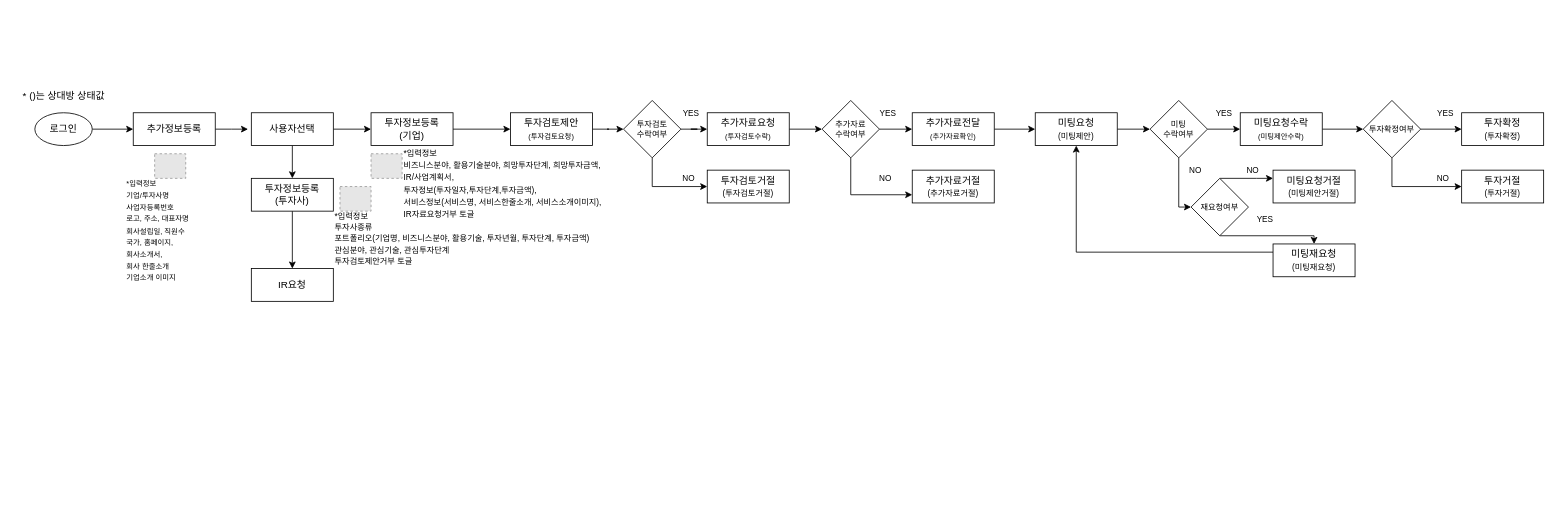
Above: 비즈니스나우(투자)_RESET 2차.drawio in Lucidhomme/TIL (draw.io), before the change. Source tidied: cells renumbered, new cells numbered last; positions are measured from the earlier drawing's top-left corner, leaving out a move shared by most shapes. Both pictures are drawn from the tidied source at 82%, with x=0, y=0 at pixel (14, 88). Pictures stored in the file or linked from it are replaced by grey dashed boxes.
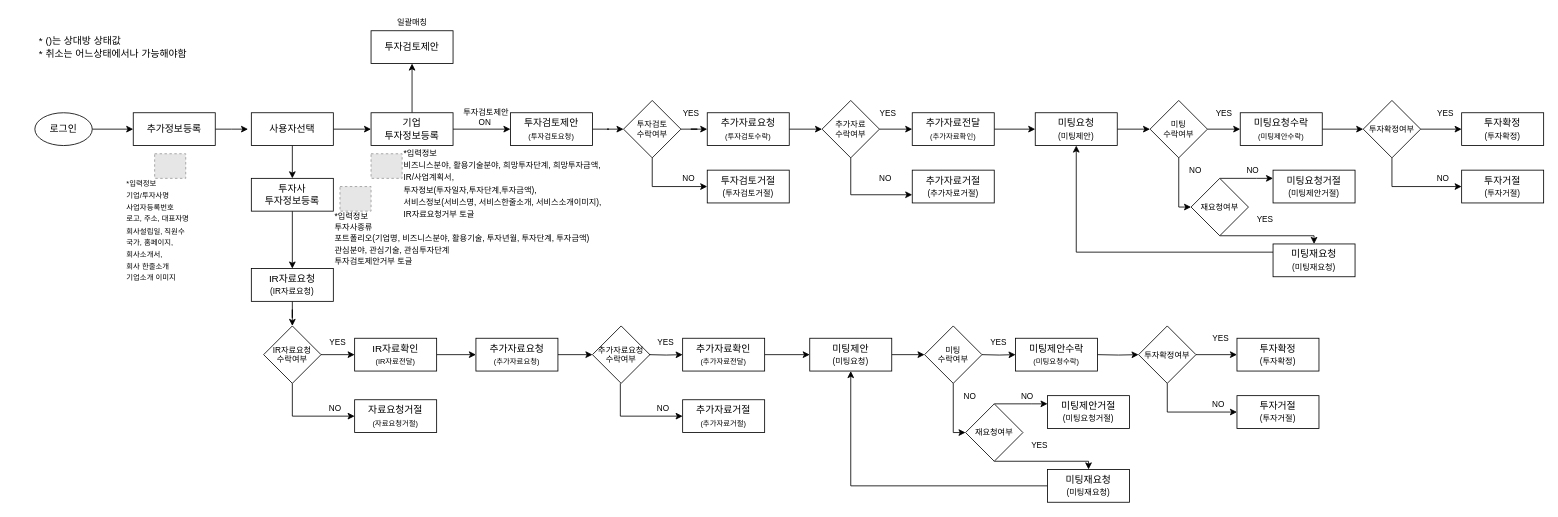
The same page after the edit.

Commit message (it also covers changes not shown here):
Update 비즈니스나우(투자)_RESET 2차.drawio

The edit, as a diff of the source:
```diff
@@
-    <mxCell id="10" value="투자정보등록&lt;br&gt;(투자사)" style="rounded=0;whiteSpace=wrap;html=1;" parent="1" vertex="1">
+    <mxCell id="10" value="투자사&lt;br&gt;투자정보등록" style="rounded=0;whiteSpace=wrap;html=1;" parent="1" vertex="1">
       <mxGeometry x="289" y="110" width="100" height="40" as="geometry" />
     </mxCell>
@@
+    <mxCell id="63" style="edgeStyle=orthogonalEdgeStyle;rounded=0;jettySize=auto;html=1;entryX=0.5;entryY=1;entryDx=0;entryDy=0;" parent="1" edge="1" source="12" target="65">
+      <mxGeometry relative="1" as="geometry" />
+    </mxCell>
-    <mxCell id="12" value="투자정보등록&lt;br&gt;(기업)" style="rounded=0;whiteSpace=wrap;html=1;" parent="1" vertex="1">
+    <mxCell id="12" value="기업&lt;br&gt;투자정보등록" style="rounded=0;whiteSpace=wrap;html=1;" parent="1" vertex="1">
       <mxGeometry x="435" y="30" width="100" height="40" as="geometry" />
     </mxCell>
@@
+    <mxCell id="64" style="edgeStyle=orthogonalEdgeStyle;rounded=0;jettySize=auto;html=1;entryX=0.5;entryY=0;entryDx=0;entryDy=0;" parent="1" edge="1" source="19" target="70">
+      <mxGeometry relative="1" as="geometry" />
+    </mxCell>
-    <mxCell id="19" value="IR요청" style="rounded=0;whiteSpace=wrap;html=1;" parent="1" vertex="1">
+    <mxCell id="19" value="IR자료요청&lt;br&gt;&lt;font style=&quot;font-size: 10px&quot;&gt;(IR자료요청)&lt;/font&gt;" style="rounded=0;whiteSpace=wrap;html=1;" parent="1" vertex="1">
       <mxGeometry x="289" y="220" width="100" height="40" as="geometry" />
     </mxCell>
@@
-    <mxCell id="22" value="* ()는 상대방 상태값" style="text;html=1;align=center;verticalAlign=middle;fillColor=none;strokeColor=none;rounded=0;" parent="1" vertex="1">
-      <mxGeometry width="120" height="20" as="geometry" />
+    <mxCell id="22" value="&lt;div style=&quot;text-align: left&quot;&gt;&lt;span&gt;* ()는 상대방 상태값&lt;/span&gt;&lt;/div&gt;&lt;div style=&quot;text-align: left&quot;&gt;&lt;span&gt;* 취소는 어느상태에서나 가능해야함&lt;/span&gt;&lt;/div&gt;" style="text;html=1;align=center;verticalAlign=middle;fillColor=none;strokeColor=none;rounded=0;" parent="1" vertex="1">
+      <mxGeometry x="15" y="-65" width="210" height="30" as="geometry" />
     </mxCell>
@@
+    <mxCell id="65" value="투자검토제안" style="rounded=0;whiteSpace=wrap;html=1;" parent="1" vertex="1">
+      <mxGeometry x="435" y="-70" width="100" height="40" as="geometry" />
+    </mxCell>
+    <mxCell id="66" value="일괄매칭" style="text;html=1;align=center;verticalAlign=middle;fillColor=none;strokeColor=none;rounded=0;fontSize=10;" parent="1" vertex="1">
+      <mxGeometry x="455" y="-90" width="60" height="20" as="geometry" />
+    </mxCell>
+    <mxCell id="67" value="투자검토제안 &lt;br&gt;ON&amp;nbsp;" style="text;html=1;align=center;verticalAlign=middle;fillColor=none;strokeColor=none;rounded=0;fontSize=10;" parent="1" vertex="1">
+      <mxGeometry x="535" y="20" width="80" height="30" as="geometry" />
+    </mxCell>
+    <mxCell id="68" style="edgeStyle=orthogonalEdgeStyle;rounded=0;jettySize=auto;html=1;entryX=0;entryY=0.5;entryDx=0;entryDy=0;" parent="1" edge="1" source="70" target="72">
+      <mxGeometry relative="1" as="geometry" />
+    </mxCell>
+    <mxCell id="69" style="edgeStyle=orthogonalEdgeStyle;rounded=0;jettySize=auto;html=1;entryX=0;entryY=0.5;entryDx=0;entryDy=0;" parent="1" edge="1" source="70" target="73">
+      <mxGeometry relative="1" as="geometry">
+        <Array as="points">
+          <mxPoint x="339" y="400" />
+        </Array>
+      </mxGeometry>
+    </mxCell>
+    <mxCell id="70" value="IR자료요청&lt;br&gt;수락여부" style="rhombus;whiteSpace=wrap;html=1;rounded=0;fontSize=10;" parent="1" vertex="1">
+      <mxGeometry x="304" y="290" width="70" height="70" as="geometry" />
+    </mxCell>
+    <mxCell id="71" style="edgeStyle=orthogonalEdgeStyle;rounded=0;jettySize=auto;html=1;entryX=0;entryY=0.5;entryDx=0;entryDy=0;" parent="1" edge="1" source="72" target="77">
+      <mxGeometry relative="1" as="geometry" />
+    </mxCell>
+    <mxCell id="72" value="&lt;font&gt;IR자료확인&lt;br&gt;&lt;/font&gt;&lt;font style=&quot;font-size: 9px&quot;&gt;(IR자료전달)&lt;/font&gt;" style="rounded=0;whiteSpace=wrap;html=1;" parent="1" vertex="1">
+      <mxGeometry x="415" y="305" width="100" height="40" as="geometry" />
+    </mxCell>
+    <mxCell id="73" value="&lt;font&gt;자료요청거절&lt;br&gt;&lt;/font&gt;&lt;font style=&quot;font-size: 9px&quot;&gt;(자료요청거절)&lt;/font&gt;" style="rounded=0;whiteSpace=wrap;html=1;" parent="1" vertex="1">
+      <mxGeometry x="415" y="380" width="100" height="40" as="geometry" />
+    </mxCell>
+    <mxCell id="74" value="YES" style="text;html=1;align=center;verticalAlign=middle;fillColor=none;strokeColor=none;rounded=0;fontSize=10;" parent="1" vertex="1">
+      <mxGeometry x="374" y="300" width="40" height="20" as="geometry" />
+    </mxCell>
+    <mxCell id="75" value="NO" style="text;html=1;align=center;verticalAlign=middle;fillColor=none;strokeColor=none;rounded=0;fontSize=10;" parent="1" vertex="1">
+      <mxGeometry x="376" y="380" width="30" height="20" as="geometry" />
+    </mxCell>
+    <mxCell id="76" style="edgeStyle=orthogonalEdgeStyle;rounded=0;jettySize=auto;html=1;entryX=0;entryY=0.5;entryDx=0;entryDy=0;" parent="1" edge="1" source="77" target="78">
+      <mxGeometry relative="1" as="geometry" />
+    </mxCell>
+    <mxCell id="77" value="&lt;font&gt;추가자료요청&lt;br&gt;&lt;/font&gt;&lt;font style=&quot;font-size: 9px&quot;&gt;(추가자료요청)&lt;/font&gt;" style="rounded=0;whiteSpace=wrap;html=1;" parent="1" vertex="1">
+      <mxGeometry x="562.9" y="305" width="100" height="40" as="geometry" />
+    </mxCell>
+    <mxCell id="78" value="추가자료요청&lt;br&gt;수락여부" style="rhombus;whiteSpace=wrap;html=1;rounded=0;fontSize=10;" parent="1" vertex="1">
+      <mxGeometry x="705" y="290" width="70" height="70" as="geometry" />
+    </mxCell>
+    <mxCell id="79" style="edgeStyle=orthogonalEdgeStyle;rounded=0;jettySize=auto;html=1;entryX=0;entryY=0.5;entryDx=0;entryDy=0;" parent="1" edge="1" target="82">
+      <mxGeometry relative="1" as="geometry">
+        <mxPoint x="774" y="325" as="sourcePoint" />
+      </mxGeometry>
+    </mxCell>
+    <mxCell id="80" style="edgeStyle=orthogonalEdgeStyle;rounded=0;jettySize=auto;html=1;entryX=0;entryY=0.5;entryDx=0;entryDy=0;" parent="1" edge="1" target="83">
+      <mxGeometry relative="1" as="geometry">
+        <mxPoint x="739" y="360" as="sourcePoint" />
+        <Array as="points">
+          <mxPoint x="739" y="400" />
+        </Array>
+      </mxGeometry>
+    </mxCell>
+    <mxCell id="81" style="edgeStyle=orthogonalEdgeStyle;rounded=0;jettySize=auto;html=1;entryX=0;entryY=0.5;entryDx=0;entryDy=0;" parent="1" edge="1" source="82" target="87">
+      <mxGeometry relative="1" as="geometry" />
+    </mxCell>
+    <mxCell id="82" value="&lt;font&gt;추가자료확인&lt;br&gt;&lt;/font&gt;&lt;font style=&quot;font-size: 9px&quot;&gt;(추가자료전달)&lt;/font&gt;" style="rounded=0;whiteSpace=wrap;html=1;" parent="1" vertex="1">
+      <mxGeometry x="815" y="305" width="100" height="40" as="geometry" />
+    </mxCell>
+    <mxCell id="83" value="&lt;font&gt;추가자료거절&lt;br&gt;&lt;/font&gt;&lt;font style=&quot;font-size: 9px&quot;&gt;(추가자료거절)&lt;/font&gt;" style="rounded=0;whiteSpace=wrap;html=1;" parent="1" vertex="1">
+      <mxGeometry x="815" y="380" width="100" height="40" as="geometry" />
+    </mxCell>
+    <mxCell id="84" value="YES" style="text;html=1;align=center;verticalAlign=middle;fillColor=none;strokeColor=none;rounded=0;fontSize=10;" parent="1" vertex="1">
+      <mxGeometry x="774" y="300" width="40" height="20" as="geometry" />
+    </mxCell>
+    <mxCell id="85" value="NO" style="text;html=1;align=center;verticalAlign=middle;fillColor=none;strokeColor=none;rounded=0;fontSize=10;" parent="1" vertex="1">
+      <mxGeometry x="776" y="380" width="30" height="20" as="geometry" />
+    </mxCell>
+    <mxCell id="86" style="edgeStyle=orthogonalEdgeStyle;rounded=0;jettySize=auto;html=1;entryX=0;entryY=0.5;entryDx=0;entryDy=0;" parent="1" edge="1" source="87" target="88">
+      <mxGeometry relative="1" as="geometry" />
+    </mxCell>
+    <mxCell id="87" value="미팅제안&lt;br&gt;&lt;font style=&quot;font-size: 10px&quot;&gt;(미팅요청)&lt;/font&gt;" style="rounded=0;whiteSpace=wrap;html=1;" parent="1" vertex="1">
+      <mxGeometry x="970" y="305" width="100" height="40" as="geometry" />
+    </mxCell>
+    <mxCell id="88" value="미팅&lt;br&gt;수락여부" style="rhombus;whiteSpace=wrap;html=1;rounded=0;fontSize=10;" parent="1" vertex="1">
+      <mxGeometry x="1110" y="290" width="70" height="70" as="geometry" />
+    </mxCell>
+    <mxCell id="89" style="edgeStyle=orthogonalEdgeStyle;rounded=0;jettySize=auto;html=1;entryX=0;entryY=0.5;entryDx=0;entryDy=0;" parent="1" edge="1" target="90">
+      <mxGeometry relative="1" as="geometry">
+        <mxPoint x="1180" y="325" as="sourcePoint" />
+      </mxGeometry>
+    </mxCell>
+    <mxCell id="90" value="&lt;font&gt;미팅제안수락&lt;br&gt;&lt;/font&gt;&lt;font style=&quot;font-size: 9px&quot;&gt;(미팅요청수락)&lt;/font&gt;" style="rounded=0;whiteSpace=wrap;html=1;" parent="1" vertex="1">
+      <mxGeometry x="1221" y="305" width="100" height="40" as="geometry" />
+    </mxCell>
+    <mxCell id="91" value="YES" style="text;html=1;align=center;verticalAlign=middle;fillColor=none;strokeColor=none;rounded=0;fontSize=10;" parent="1" vertex="1">
+      <mxGeometry x="1180" y="300" width="40" height="20" as="geometry" />
+    </mxCell>
+    <mxCell id="92" style="edgeStyle=orthogonalEdgeStyle;rounded=0;jettySize=auto;html=1;entryX=0;entryY=0.5;entryDx=0;entryDy=0;" parent="1" edge="1" target="99">
+      <mxGeometry relative="1" as="geometry">
+        <mxPoint x="1145" y="360" as="sourcePoint" />
+        <Array as="points">
+          <mxPoint x="1145" y="420" />
+        </Array>
+      </mxGeometry>
+    </mxCell>
+    <mxCell id="93" value="미팅제안거절&lt;br&gt;&lt;font style=&quot;font-size: 10px&quot;&gt;(미팅요청거절)&lt;/font&gt;" style="rounded=0;whiteSpace=wrap;html=1;" parent="1" vertex="1">
+      <mxGeometry x="1260" y="375" width="100" height="40" as="geometry" />
+    </mxCell>
+    <mxCell id="94" value="NO" style="text;html=1;align=center;verticalAlign=middle;fillColor=none;strokeColor=none;rounded=0;fontSize=10;" parent="1" vertex="1">
+      <mxGeometry x="1150" y="365" width="30" height="20" as="geometry" />
+    </mxCell>
+    <mxCell id="95" style="edgeStyle=orthogonalEdgeStyle;rounded=0;jettySize=auto;html=1;" parent="1" edge="1" source="96" target="87">
+      <mxGeometry relative="1" as="geometry" />
+    </mxCell>
+    <mxCell id="96" value="미팅재요청&lt;br&gt;&lt;font style=&quot;font-size: 10px&quot;&gt;(미팅재요청)&lt;/font&gt;" style="rounded=0;whiteSpace=wrap;html=1;" parent="1" vertex="1">
+      <mxGeometry x="1260" y="465" width="100" height="40" as="geometry" />
+    </mxCell>
+    <mxCell id="97" style="edgeStyle=orthogonalEdgeStyle;rounded=0;jettySize=auto;html=1;entryX=0;entryY=0.25;entryDx=0;entryDy=0;" parent="1" edge="1" source="99" target="93">
+      <mxGeometry relative="1" as="geometry">
+        <Array as="points">
+          <mxPoint x="1240" y="385" />
+          <mxPoint x="1240" y="385" />
+        </Array>
+      </mxGeometry>
+    </mxCell>
+    <mxCell id="98" style="edgeStyle=orthogonalEdgeStyle;rounded=0;jettySize=auto;html=1;entryX=0.5;entryY=0;entryDx=0;entryDy=0;" parent="1" edge="1" source="99" target="96">
+      <mxGeometry relative="1" as="geometry">
+        <Array as="points">
+          <mxPoint x="1310" y="455" />
+        </Array>
+      </mxGeometry>
+    </mxCell>
+    <mxCell id="99" value="재요청여부" style="rhombus;whiteSpace=wrap;html=1;rounded=0;fontSize=10;" parent="1" vertex="1">
+      <mxGeometry x="1160" y="385" width="70" height="70" as="geometry" />
+    </mxCell>
+    <mxCell id="100" value="YES" style="text;html=1;align=center;verticalAlign=middle;fillColor=none;strokeColor=none;rounded=0;fontSize=10;" parent="1" vertex="1">
+      <mxGeometry x="1230" y="425" width="40" height="20" as="geometry" />
+    </mxCell>
+    <mxCell id="101" value="NO" style="text;html=1;align=center;verticalAlign=middle;fillColor=none;strokeColor=none;rounded=0;fontSize=10;" parent="1" vertex="1">
+      <mxGeometry x="1220" y="365" width="30" height="20" as="geometry" />
+    </mxCell>
+    <mxCell id="102" style="edgeStyle=orthogonalEdgeStyle;rounded=0;jettySize=auto;html=1;entryX=0;entryY=0.5;entryDx=0;entryDy=0;" parent="1" edge="1" target="105">
+      <mxGeometry relative="1" as="geometry">
+        <mxPoint x="1321" y="325" as="sourcePoint" />
+      </mxGeometry>
+    </mxCell>
+    <mxCell id="103" style="edgeStyle=orthogonalEdgeStyle;rounded=0;jettySize=auto;html=1;entryX=0;entryY=0.5;entryDx=0;entryDy=0;" parent="1" edge="1" source="105" target="106">
+      <mxGeometry relative="1" as="geometry" />
+    </mxCell>
+    <mxCell id="104" style="edgeStyle=orthogonalEdgeStyle;rounded=0;jettySize=auto;html=1;entryX=0;entryY=0.5;entryDx=0;entryDy=0;" parent="1" edge="1" source="105" target="107">
+      <mxGeometry relative="1" as="geometry">
+        <Array as="points">
+          <mxPoint x="1406" y="395" />
+        </Array>
+      </mxGeometry>
+    </mxCell>
+    <mxCell id="105" value="투자확정여부" style="rhombus;whiteSpace=wrap;html=1;rounded=0;fontSize=10;" parent="1" vertex="1">
+      <mxGeometry x="1371" y="290" width="70" height="70" as="geometry" />
+    </mxCell>
+    <mxCell id="106" value="투자확정&lt;br&gt;&lt;font style=&quot;font-size: 10px&quot;&gt;(투자확정)&lt;/font&gt;" style="rounded=0;whiteSpace=wrap;html=1;" parent="1" vertex="1">
+      <mxGeometry x="1491" y="305" width="100" height="40" as="geometry" />
+    </mxCell>
+    <mxCell id="107" value="투자거절&lt;br&gt;&lt;font style=&quot;font-size: 10px&quot;&gt;(투자거절)&lt;/font&gt;" style="rounded=0;whiteSpace=wrap;html=1;" parent="1" vertex="1">
+      <mxGeometry x="1491" y="375" width="100" height="40" as="geometry" />
+    </mxCell>
+    <mxCell id="108" value="YES" style="text;html=1;align=center;verticalAlign=middle;fillColor=none;strokeColor=none;rounded=0;fontSize=10;" parent="1" vertex="1">
+      <mxGeometry x="1451" y="295" width="40" height="20" as="geometry" />
+    </mxCell>
+    <mxCell id="109" value="NO" style="text;html=1;align=center;verticalAlign=middle;fillColor=none;strokeColor=none;rounded=0;fontSize=10;" parent="1" vertex="1">
+      <mxGeometry x="1453" y="375" width="30" height="20" as="geometry" />
+    </mxCell>
```
